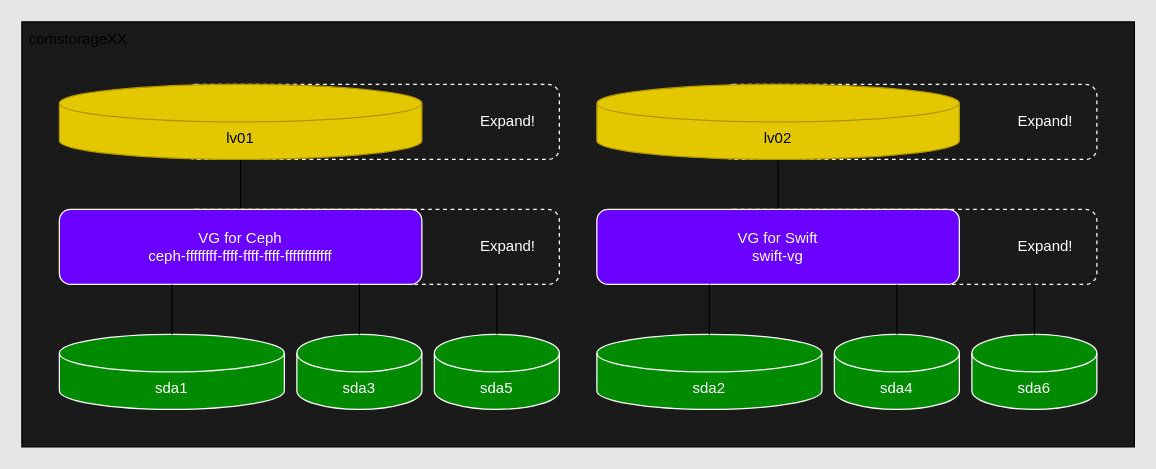
Above: page "StrategyToIncreaseSizeOfDisk03" (4 of 4) of drawio/Diagrams.drawio in TsutomuNakamura/ipxe-boot (draw.io), before the change. Source tidied: cells renumbered, new cells numbered last; positions are measured from the earlier drawing's top-left corner, leaving out a move shared by most shapes. Both pictures are drawn from the tidied source at 125%, with x=0, y=0 at pixel (21, 21).
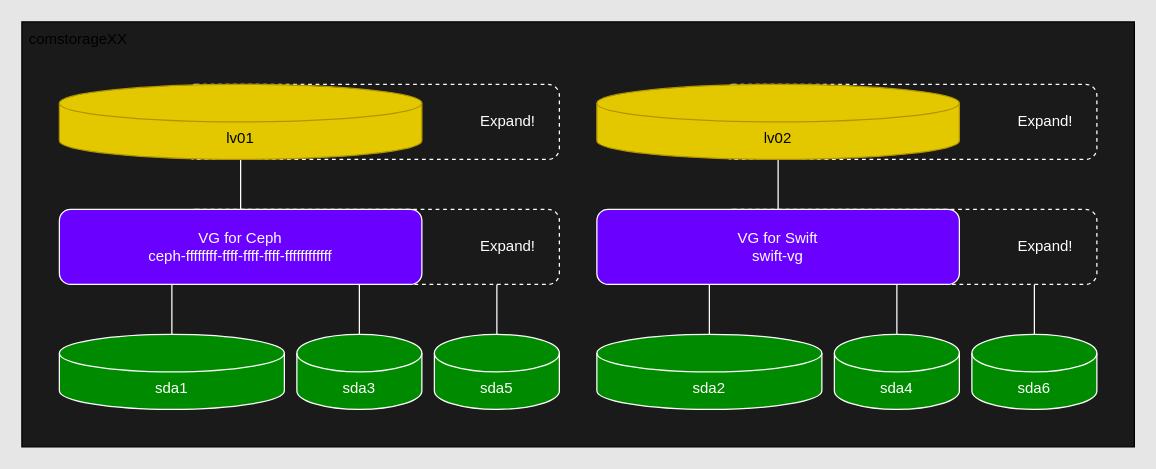
The same page after the edit.

The change refers to these unchanged cells:
```xml
<mxCell id="10" value="VG for Swift&lt;br&gt;swift-vg" style="rounded=1;whiteSpace=wrap;html=1;fillColor=#6a00ff;fontColor=#ffffff;strokeColor=#FFFFFF;" parent="1" vertex="1">
  <mxGeometry x="460" y="150" width="290" height="60" as="geometry" />
</mxCell>
<mxCell id="12" value="VG for Ceph&lt;br&gt;ceph-ffffffff-ffff-ffff-ffff-ffffffffffff" style="rounded=1;whiteSpace=wrap;html=1;fillColor=#6a00ff;fontColor=#ffffff;strokeColor=#FFFFFF;" parent="1" vertex="1">
  <mxGeometry x="30" y="150" width="290" height="60" as="geometry" />
</mxCell>
<mxCell id="16" value="lv01" style="shape=cylinder3;whiteSpace=wrap;html=1;boundedLbl=1;backgroundOutline=1;size=15;fillColor=#e3c800;fontColor=#000000;strokeColor=#B09500;" parent="1" vertex="1">
  <mxGeometry x="30" y="50" width="290" height="60" as="geometry" />
</mxCell>
<mxCell id="18" value="lv02" style="shape=cylinder3;whiteSpace=wrap;html=1;boundedLbl=1;backgroundOutline=1;size=15;fillColor=#e3c800;fontColor=#000000;strokeColor=#B09500;" parent="1" vertex="1">
  <mxGeometry x="460" y="50" width="290" height="60" as="geometry" />
</mxCell>
```

Change to the diagram source:
```diff
@@
-    <mxCell id="5" style="endArrow=none;html=1;rounded=0;entryX=0.5;entryY=1;entryDx=0;entryDy=0;entryPerimeter=0;exitX=0.5;exitY=0;exitDx=0;exitDy=0;labelBorderColor=default;" parent="1" edge="1" source="12" target="16">
+    <mxCell id="5" style="endArrow=none;html=1;rounded=0;entryX=0.5;entryY=1;entryDx=0;entryDy=0;entryPerimeter=0;exitX=0.5;exitY=0;exitDx=0;exitDy=0;labelBorderColor=default;strokeColor=#FFFFFF;" parent="1" edge="1" source="12" target="16">
       <mxGeometry relative="1" as="geometry" />
     </mxCell>
-    <mxCell id="6" style="endArrow=none;html=1;rounded=0;entryX=0.5;entryY=1;entryDx=0;entryDy=0;exitX=0.5;exitY=0;exitDx=0;exitDy=0;entryPerimeter=0;labelBorderColor=default;" parent="1" edge="1" source="10" target="18">
+    <mxCell id="6" style="endArrow=none;html=1;rounded=0;entryX=0.5;entryY=1;entryDx=0;entryDy=0;exitX=0.5;exitY=0;exitDx=0;exitDy=0;entryPerimeter=0;labelBorderColor=default;strokeColor=#FFFFFF;" parent="1" edge="1" source="10" target="18">
       <mxGeometry relative="1" as="geometry" />
     </mxCell>
@@
-    <mxCell id="13" style="endArrow=none;html=1;rounded=0;entryX=0.5;entryY=1;entryDx=0;entryDy=0;exitX=0.5;exitY=0;exitDx=0;exitDy=0;exitPerimeter=0;labelBorderColor=default;" parent="1" edge="1">
+    <mxCell id="13" style="endArrow=none;html=1;rounded=0;entryX=0.5;entryY=1;entryDx=0;entryDy=0;exitX=0.5;exitY=0;exitDx=0;exitDy=0;exitPerimeter=0;labelBorderColor=default;strokeColor=#FFFFFF;" parent="1" edge="1">
       <mxGeometry relative="1" as="geometry">
         <mxPoint x="700" y="250" as="sourcePoint" />
         <mxPoint x="700" y="210" as="targetPoint" />
       </mxGeometry>
     </mxCell>
-    <mxCell id="14" style="endArrow=none;html=1;rounded=0;entryX=0.5;entryY=1;entryDx=0;entryDy=0;exitX=0.5;exitY=0;exitDx=0;exitDy=0;exitPerimeter=0;labelBorderColor=default;" parent="1" edge="1">
+    <mxCell id="14" style="endArrow=none;html=1;rounded=0;entryX=0.5;entryY=1;entryDx=0;entryDy=0;exitX=0.5;exitY=0;exitDx=0;exitDy=0;exitPerimeter=0;labelBorderColor=default;strokeColor=#FFFFFF;" parent="1" edge="1">
       <mxGeometry relative="1" as="geometry">
         <mxPoint x="270" y="250" as="sourcePoint" />
         <mxPoint x="270" y="210" as="targetPoint" />
       </mxGeometry>
     </mxCell>
@@
-    <mxCell id="20" style="endArrow=none;html=1;rounded=0;entryX=0.5;entryY=1;entryDx=0;entryDy=0;exitX=0.5;exitY=0;exitDx=0;exitDy=0;exitPerimeter=0;labelBorderColor=default;" parent="1" edge="1">
+    <mxCell id="20" style="endArrow=none;html=1;rounded=0;entryX=0.5;entryY=1;entryDx=0;entryDy=0;exitX=0.5;exitY=0;exitDx=0;exitDy=0;exitPerimeter=0;labelBorderColor=default;strokeColor=#FFFFFF;" parent="1" edge="1">
       <mxGeometry relative="1" as="geometry">
         <mxPoint x="120" y="250" as="sourcePoint" />
         <mxPoint x="120" y="210" as="targetPoint" />
       </mxGeometry>
     </mxCell>
-    <mxCell id="21" style="endArrow=none;html=1;rounded=0;entryX=0.5;entryY=1;entryDx=0;entryDy=0;exitX=0.5;exitY=0;exitDx=0;exitDy=0;exitPerimeter=0;labelBorderColor=default;" parent="1" edge="1">
+    <mxCell id="21" style="endArrow=none;html=1;rounded=0;entryX=0.5;entryY=1;entryDx=0;entryDy=0;exitX=0.5;exitY=0;exitDx=0;exitDy=0;exitPerimeter=0;labelBorderColor=default;strokeColor=#FFFFFF;" parent="1" edge="1">
       <mxGeometry relative="1" as="geometry">
         <mxPoint x="380" y="250" as="sourcePoint" />
         <mxPoint x="380" y="210" as="targetPoint" />
       </mxGeometry>
     </mxCell>
@@
-    <mxCell id="23" style="endArrow=none;html=1;rounded=0;entryX=0.5;entryY=1;entryDx=0;entryDy=0;exitX=0.5;exitY=0;exitDx=0;exitDy=0;exitPerimeter=0;labelBorderColor=default;" parent="1" edge="1">
+    <mxCell id="23" style="endArrow=none;html=1;rounded=0;entryX=0.5;entryY=1;entryDx=0;entryDy=0;exitX=0.5;exitY=0;exitDx=0;exitDy=0;exitPerimeter=0;labelBorderColor=default;strokeColor=#FFFFFF;" parent="1" edge="1">
       <mxGeometry relative="1" as="geometry">
         <mxPoint x="550" y="250" as="sourcePoint" />
         <mxPoint x="550" y="210" as="targetPoint" />
       </mxGeometry>
     </mxCell>
-    <mxCell id="24" style="endArrow=none;html=1;rounded=0;entryX=0.5;entryY=1;entryDx=0;entryDy=0;exitX=0.5;exitY=0;exitDx=0;exitDy=0;exitPerimeter=0;labelBorderColor=#FFFFFF;" parent="1" edge="1">
+    <mxCell id="24" style="endArrow=none;html=1;rounded=0;entryX=0.5;entryY=1;entryDx=0;entryDy=0;exitX=0.5;exitY=0;exitDx=0;exitDy=0;exitPerimeter=0;labelBorderColor=#FFFFFF;strokeColor=#FFFFFF;" parent="1" edge="1">
       <mxGeometry relative="1" as="geometry">
         <mxPoint x="810" y="250" as="sourcePoint" />
         <mxPoint x="810" y="210" as="targetPoint" />
       </mxGeometry>
     </mxCell>
```
